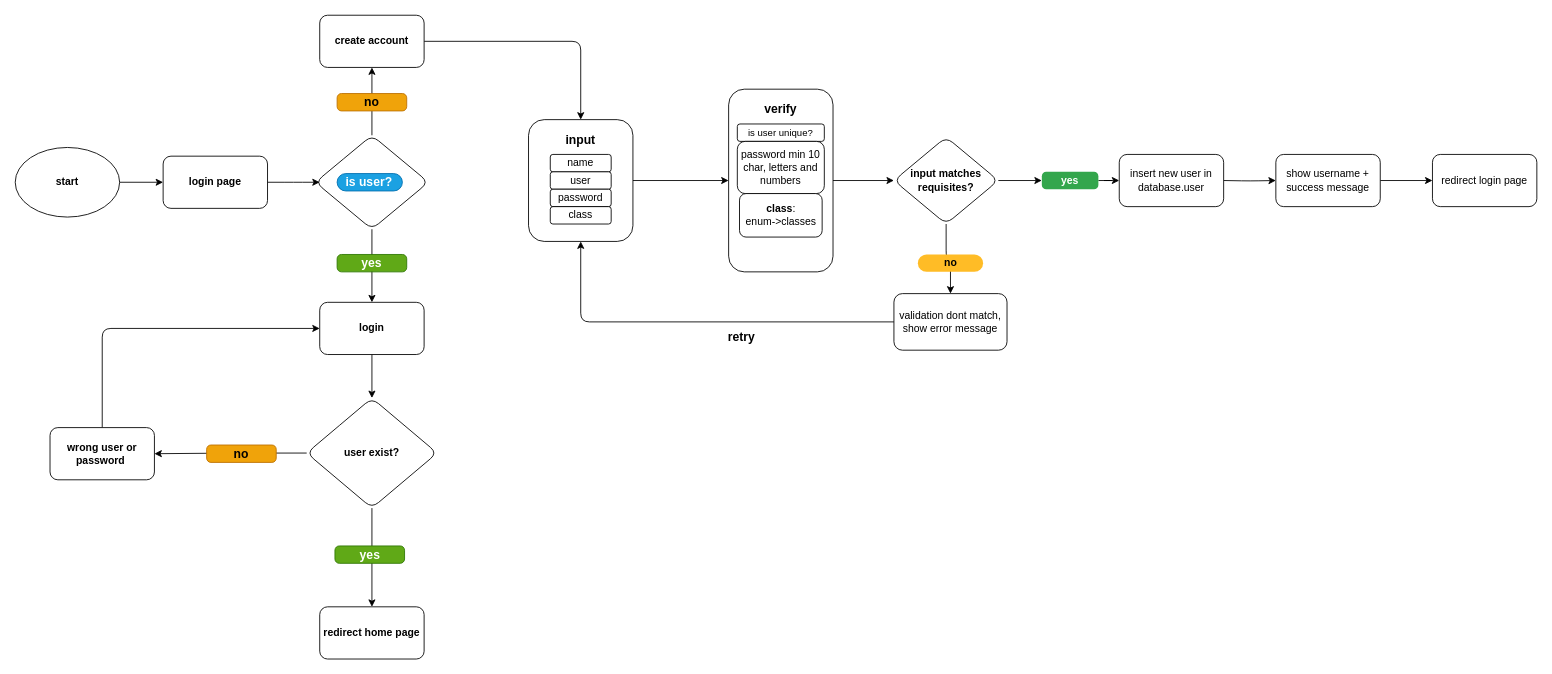
Above: diagrams/cadastro-usuario.drawio in matheus98g/controle-de-ativos-senac (draw.io), before the change. Source tidied: cells renumbered, new cells numbered last; positions are measured from the earlier drawing's top-left corner, leaving out a move shared by most shapes. Both pictures are drawn from the tidied source at 87%, with x=0, y=0 at pixel (15, 15).
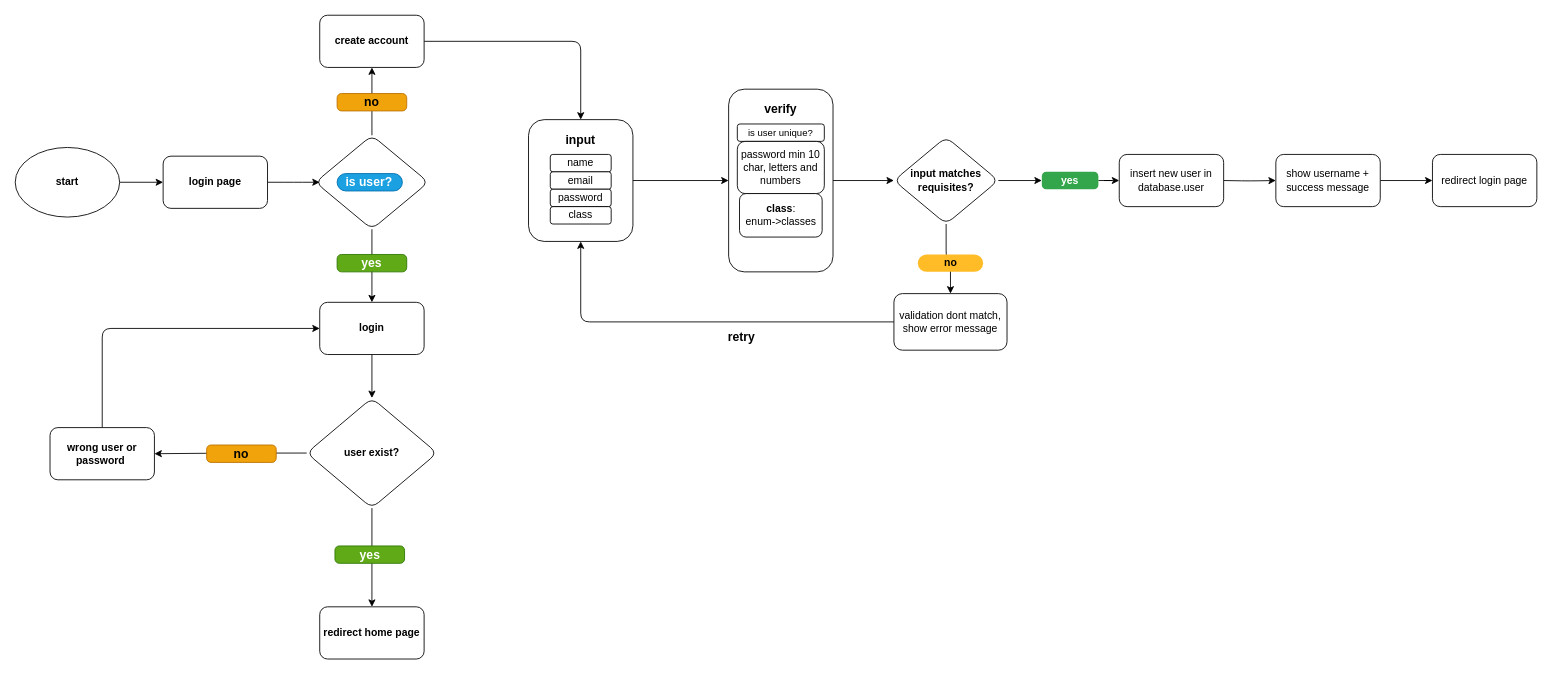
The same page after the edit.

Commit message (it also covers changes not shown here):
started database flow

The edit, as a diff of the source:
```diff
@@
-    <mxCell id="7" value="user" style="rounded=1;whiteSpace=wrap;html=1;fontFamily=Helvetica;" parent="1" vertex="1">
+    <mxCell id="7" value="email" style="rounded=1;whiteSpace=wrap;html=1;fontFamily=Helvetica;" parent="1" vertex="1">
       <mxGeometry x="615" y="180" width="70" height="20" as="geometry" />
     </mxCell>
```
